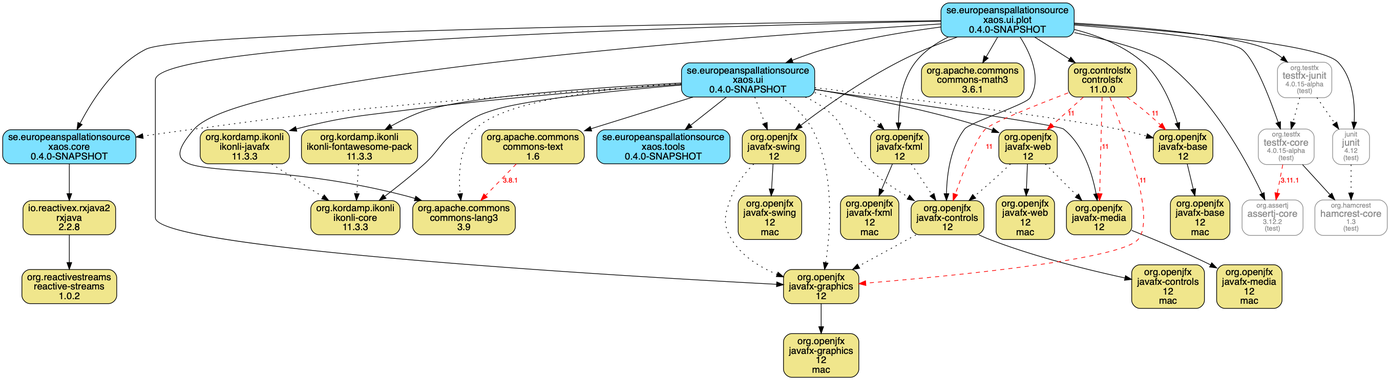
Above: xaos.ui.plot.module/doc/maven-dependencies.png in ESSICS/XAOS (Graphviz), before the change. Its source is kept beside it as xaos.ui.plot.module/doc/maven-dependencies.dot.
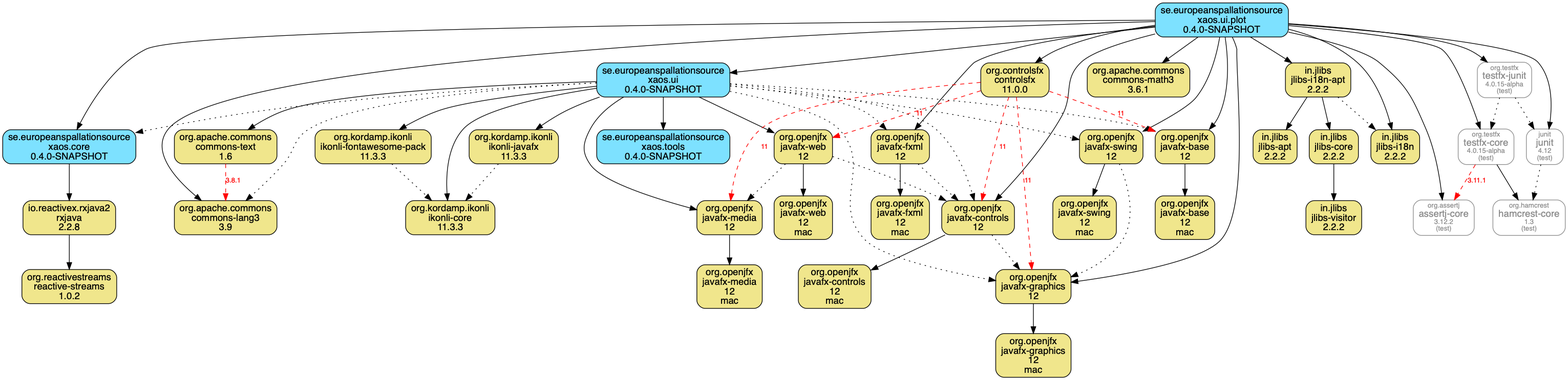
The same file after the commit.

Diff of the diagram source:
```diff
@@ -28,6 +28,11 @@
   "org.kordamp.ikonli:ikonli-javafx:jar"[shape="box",style="rounded, filled",fillcolor="khaki",label=<org.kordamp.ikonli<br/>ikonli-javafx<br/>11.3.3>]
   "org.kordamp.ikonli:ikonli-fontawesome-pack:jar"[shape="box",style="rounded, filled",fillcolor="khaki",label=<org.kordamp.ikonli<br/>ikonli-fontawesome-pack<br/>11.3.3>]
   "se.europeanspallationsource:xaos.tools:jar"[shape="box",style="rounded, filled",fillcolor="#7DE1FF",label=<se.europeanspallationsource<br/>xaos.tools<br/>0.4.0-SNAPSHOT>]
+  "in.jlibs:jlibs-i18n:jar"[shape="box",style="rounded, filled",fillcolor="khaki",label=<in.jlibs<br/>jlibs-i18n<br/>2.2.2>]
+  "in.jlibs:jlibs-i18n-apt:jar"[shape="box",style="rounded, filled",fillcolor="khaki",label=<in.jlibs<br/>jlibs-i18n-apt<br/>2.2.2>]
+  "in.jlibs:jlibs-apt:jar"[shape="box",style="rounded, filled",fillcolor="khaki",label=<in.jlibs<br/>jlibs-apt<br/>2.2.2>]
+  "in.jlibs:jlibs-core:jar"[shape="box",style="rounded, filled",fillcolor="khaki",label=<in.jlibs<br/>jlibs-core<br/>2.2.2>]
+  "in.jlibs:jlibs-visitor:jar"[shape="box",style="rounded, filled",fillcolor="khaki",label=<in.jlibs<br/>jlibs-visitor<br/>2.2.2>]
   "org.controlsfx:controlsfx:jar"[shape="box",style="rounded, filled",fillcolor="khaki",label=<org.controlsfx<br/>controlsfx<br/>11.0.0>]
   "org.testfx:testfx-core:jar"[shape="box",style="rounded",color="grey55",fontname="Helvetica",fontsize="14",fontcolor="grey55",label=<<font color="grey55" point-size="10">org.testfx</font><br/>testfx-core<font color="grey55" point-size="10"><br/>4.0.15-alpha</font><font color="grey55" point-size="10"><br/>(test)</font>>]
   "org.hamcrest:hamcrest-core:jar"[shape="box",style="rounded",color="grey55",fontname="Helvetica",fontsize="14",fontcolor="grey55",label=<<font color="grey55" point-size="10">org.hamcrest</font><br/>hamcrest-core<font color="grey55" point-size="10"><br/>1.3</font><font color="grey55" point-size="10"><br/>(test)</font>>]
@@ -75,6 +80,12 @@
   "se.europeanspallationsource:xaos.ui:jar" -> "se.europeanspallationsource:xaos.tools:jar"
   "se.europeanspallationsource:xaos.ui:jar" -> "se.europeanspallationsource:xaos.core:jar"[style="dotted"]
   "se.europeanspallationsource:xaos.ui.plot:jar" -> "se.europeanspallationsource:xaos.ui:jar"
+  "se.europeanspallationsource:xaos.ui.plot:jar" -> "in.jlibs:jlibs-i18n:jar"
+  "in.jlibs:jlibs-i18n-apt:jar" -> "in.jlibs:jlibs-apt:jar"
+  "in.jlibs:jlibs-core:jar" -> "in.jlibs:jlibs-visitor:jar"
+  "in.jlibs:jlibs-i18n-apt:jar" -> "in.jlibs:jlibs-core:jar"
+  "in.jlibs:jlibs-i18n-apt:jar" -> "in.jlibs:jlibs-i18n:jar"[style="dotted"]
+  "se.europeanspallationsource:xaos.ui.plot:jar" -> "in.jlibs:jlibs-i18n-apt:jar"
   "org.controlsfx:controlsfx:jar" -> "org.openjfx:javafx-base:jar"[style="dashed",color="red",fontcolor="red",label="11"]
   "org.controlsfx:controlsfx:jar" -> "org.openjfx:javafx-graphics:jar"[style="dashed",color="red",fontcolor="red",label="11"]
   "org.controlsfx:controlsfx:jar" -> "org.openjfx:javafx-controls:jar"[style="dashed",color="red",fontcolor="red",label="11"]
```
